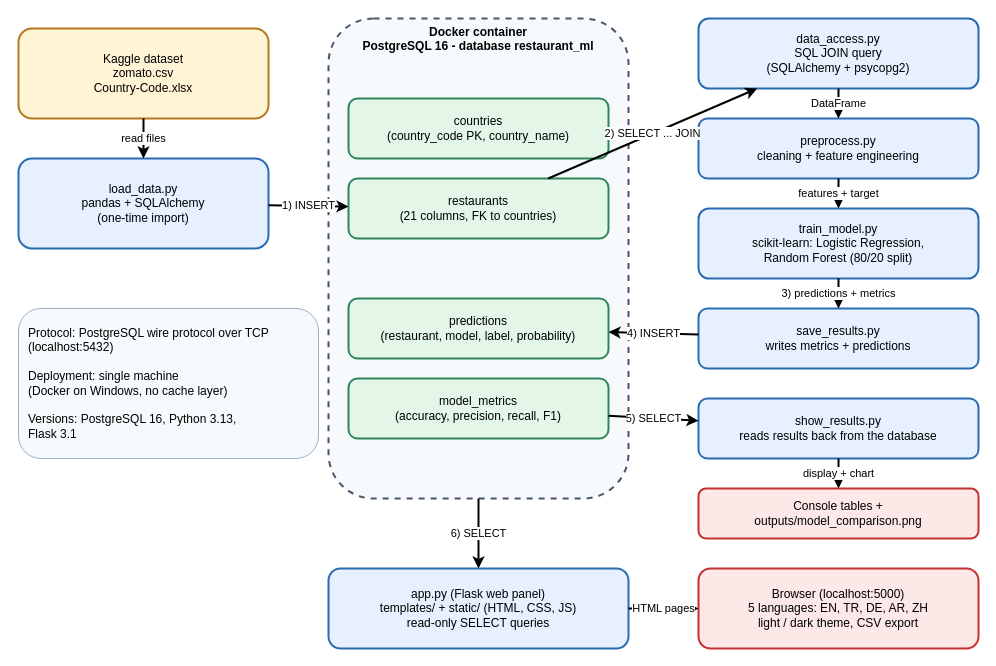
Before: docs/architecture_diagram.drawio in buyukbayraktaraleyna-cloud/restaurant-ml-project, a draw.io diagram. Source tidied: cells renumbered, new cells numbered last; positions are measured from the earlier drawing's top-left corner, leaving out a move shared by most shapes. Both pictures are drawn from the tidied source at 100%, with x=0, y=0 at pixel (18, 18).
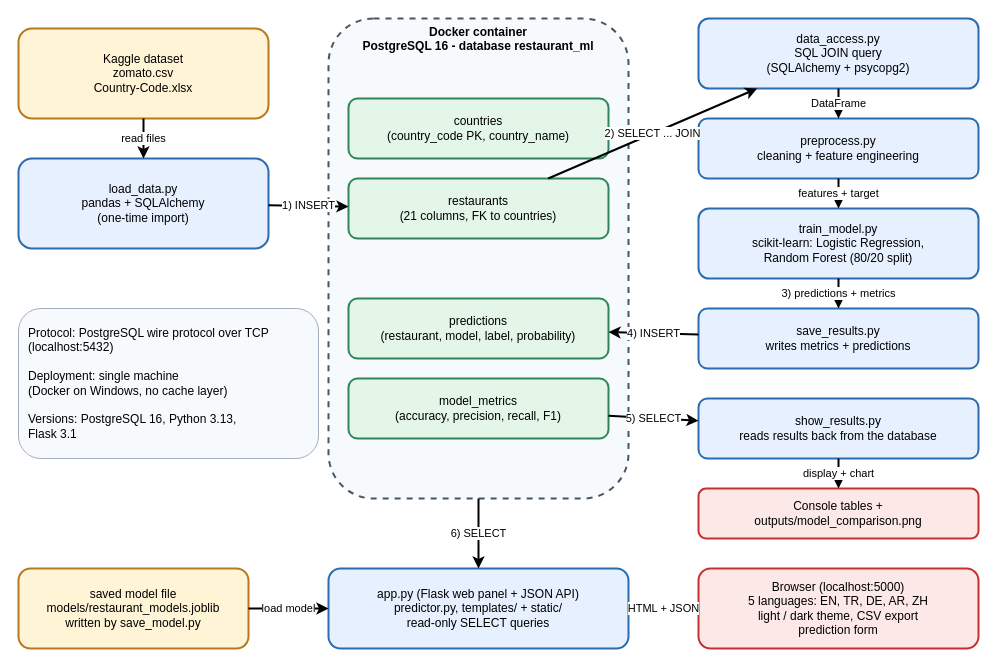
Above is the later version.

Commit message:
Update drawio source of the architecture diagram

What changed in the source:
```diff
@@
-    <mxCell id="24" value="app.py (Flask web panel)&#10;templates/ + static/ (HTML, CSS, JS)&#10;read-only SELECT queries" style="rounded=1;whiteSpace=wrap;fillColor=#E6F0FF;strokeColor=#2B6CB0;strokeWidth=2;" parent="1" vertex="1">
+    <mxCell id="24" value="app.py (Flask web panel + JSON API)&#10;predictor.py, templates/ + static/&#10;read-only SELECT queries" style="rounded=1;whiteSpace=wrap;fillColor=#E6F0FF;strokeColor=#2B6CB0;strokeWidth=2;" parent="1" vertex="1">
       <mxGeometry x="310" y="550" width="300" height="80" as="geometry" />
     </mxCell>
-    <mxCell id="25" value="Browser (localhost:5000)&#10;5 languages: EN, TR, DE, AR, ZH&#10;light / dark theme, CSV export" style="rounded=1;whiteSpace=wrap;fillColor=#FDE8E8;strokeColor=#C53030;strokeWidth=2;" parent="1" vertex="1">
+    <mxCell id="25" value="Browser (localhost:5000)&#10;5 languages: EN, TR, DE, AR, ZH&#10;light / dark theme, CSV export&#10;prediction form" style="rounded=1;whiteSpace=wrap;fillColor=#FDE8E8;strokeColor=#C53030;strokeWidth=2;" parent="1" vertex="1">
       <mxGeometry x="680" y="550" width="280" height="80" as="geometry" />
     </mxCell>
@@
-    <mxCell id="27" value="HTML pages" style="endArrow=classic;html=1;strokeWidth=2;" parent="1" edge="1" source="24" target="25">
+    <mxCell id="27" value="HTML + JSON" style="endArrow=classic;html=1;strokeWidth=2;" parent="1" edge="1" source="24" target="25">
       <mxGeometry relative="1" as="geometry" />
     </mxCell>
+    <mxCell id="29" value="saved model file&#10;models/restaurant_models.joblib&#10;written by save_model.py" style="rounded=1;whiteSpace=wrap;fillColor=#FFF4D6;strokeColor=#B7791F;strokeWidth=2;" parent="1" vertex="1">
+      <mxGeometry y="550" width="230" height="80" as="geometry" />
+    </mxCell>
+    <mxCell id="30" value="load model" style="endArrow=classic;html=1;strokeWidth=2;" parent="1" edge="1" source="29" target="24">
+      <mxGeometry relative="1" as="geometry" />
+    </mxCell>
```
